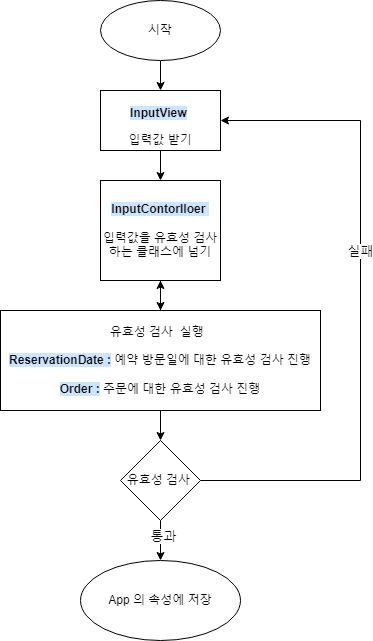
Earlier version of the draw.io export readmeImages/입력값.png (BadaHertz52/javascript-christmas-6-BadaHertz52). Source tidied: cells renumbered, new cells last; positions are measured from the earlier drawing's top-left corner, leaving out a move shared by most shapes. Source of this version:
```xml
<mxGraphModel>
  <root>
    <mxCell id="0" />
    <mxCell id="1" parent="0" />
    <mxCell id="2" style="edgeStyle=orthogonalEdgeStyle;rounded=0;jettySize=auto;html=1;" parent="1" edge="1" source="3" target="5">
      <mxGeometry relative="1" as="geometry" />
    </mxCell>
    <mxCell id="3" value="시작" style="ellipse;whiteSpace=wrap;html=1;" parent="1" vertex="1">
      <mxGeometry x="100" width="120" height="60" as="geometry" />
    </mxCell>
    <mxCell id="4" style="edgeStyle=orthogonalEdgeStyle;rounded=0;jettySize=auto;html=1;" parent="1" edge="1" source="5" target="7">
      <mxGeometry relative="1" as="geometry" />
    </mxCell>
    <mxCell id="5" value="&lt;p&gt;&lt;b style=&quot;background-color: rgb(204, 229, 255);&quot;&gt;InputView&lt;/b&gt;&amp;nbsp;&lt;/p&gt;입력값 받기" style="rounded=0;whiteSpace=wrap;html=1;" parent="1" vertex="1">
      <mxGeometry x="100" y="90" width="120" height="60" as="geometry" />
    </mxCell>
    <mxCell id="6" style="edgeStyle=orthogonalEdgeStyle;rounded=0;jettySize=auto;html=1;" parent="1" edge="1" source="7" target="10">
      <mxGeometry relative="1" as="geometry" />
    </mxCell>
    <mxCell id="7" value="&lt;b style=&quot;background-color: rgb(204, 229, 255);&quot;&gt;InputContorlloer&amp;nbsp;&lt;/b&gt;&lt;br&gt;&lt;br&gt;입력값을 유효성 검사하는 클래스에 넘기" style="rounded=0;whiteSpace=wrap;html=1;" parent="1" vertex="1">
      <mxGeometry x="100" y="180" width="120" height="100" as="geometry" />
    </mxCell>
    <mxCell id="8" style="edgeStyle=orthogonalEdgeStyle;rounded=0;jettySize=auto;html=1;" parent="1" edge="1" source="10" target="15">
      <mxGeometry relative="1" as="geometry" />
    </mxCell>
    <mxCell id="9" style="edgeStyle=orthogonalEdgeStyle;rounded=0;jettySize=auto;html=1;" parent="1" edge="1" source="10" target="7">
      <mxGeometry relative="1" as="geometry" />
    </mxCell>
    <mxCell id="10" value="유효성 검사&lt;span style=&quot;&quot;&gt;&lt;span style=&quot;&quot;&gt;&amp;nbsp; 실행&amp;nbsp;&amp;nbsp;&lt;/span&gt;&lt;/span&gt;&lt;br&gt;&lt;br&gt;&lt;b style=&quot;background-color: rgb(204, 229, 255);&quot;&gt;ReservationDate :&lt;/b&gt; 예약 방문일에 대한 유효성 검사 진행&lt;br&gt;&lt;br&gt;&lt;span style=&quot;background-color: rgb(204, 229, 255);&quot;&gt;&lt;b&gt;Order :&lt;/b&gt;&lt;/span&gt; 주문에 대한 유효성 검사 진행" style="rounded=0;whiteSpace=wrap;html=1;" parent="1" vertex="1">
      <mxGeometry y="310" width="320" height="100" as="geometry" />
    </mxCell>
    <mxCell id="11" style="edgeStyle=orthogonalEdgeStyle;rounded=0;jettySize=auto;html=1;entryX=1;entryY=0.5;entryDx=0;entryDy=0;" parent="1" edge="1" source="15" target="5">
      <mxGeometry relative="1" as="geometry">
        <Array as="points">
          <mxPoint x="360" y="480" />
          <mxPoint x="360" y="120" />
        </Array>
      </mxGeometry>
    </mxCell>
    <mxCell id="12" value="&lt;font style=&quot;font-size: 13px;&quot;&gt;실패&lt;/font&gt;" style="edgeLabel;html=1;align=center;verticalAlign=middle;spacing=10;" parent="11" vertex="1">
      <mxGeometry x="0.04" y="1" relative="1" as="geometry">
        <mxPoint y="-48" as="offset" />
      </mxGeometry>
    </mxCell>
    <mxCell id="13" style="edgeStyle=orthogonalEdgeStyle;rounded=0;jettySize=auto;html=1;" parent="1" edge="1" source="15" target="16">
      <mxGeometry relative="1" as="geometry" />
    </mxCell>
    <mxCell id="14" value="&lt;span style=&quot;font-size: 13px;&quot;&gt;통과&lt;/span&gt;" style="edgeLabel;html=1;align=center;verticalAlign=middle;" parent="13" vertex="1">
      <mxGeometry x="-0.25" y="2" relative="1" as="geometry" />
    </mxCell>
    <mxCell id="15" value="유효성 검사&amp;nbsp;" style="rhombus;whiteSpace=wrap;html=1;rounded=0;" parent="1" vertex="1">
      <mxGeometry x="120" y="440" width="80" height="80" as="geometry" />
    </mxCell>
    <mxCell id="16" value="App 의 속성에 저장" style="ellipse;whiteSpace=wrap;html=1;rounded=0;" parent="1" vertex="1">
      <mxGeometry x="80" y="560" width="160" height="80" as="geometry" />
    </mxCell>
  </root>
</mxGraphModel>
```
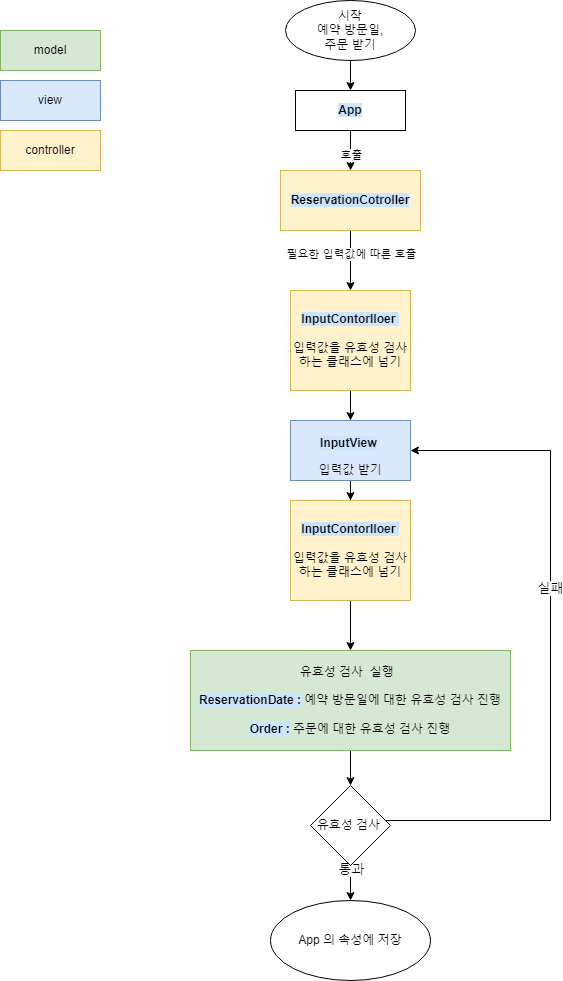
Above is the later version.

Change to the diagram source:
```diff
@@ -2,38 +2,29 @@
   <root>
     <mxCell id="0" />
     <mxCell id="1" parent="0" />
-    <mxCell id="2" style="edgeStyle=orthogonalEdgeStyle;rounded=0;jettySize=auto;html=1;" parent="1" edge="1" source="3" target="5">
-      <mxGeometry relative="1" as="geometry" />
-    </mxCell>
-    <mxCell id="3" value="시작" style="ellipse;whiteSpace=wrap;html=1;" parent="1" vertex="1">
-      <mxGeometry x="100" width="120" height="60" as="geometry" />
-    </mxCell>
     <mxCell id="4" style="edgeStyle=orthogonalEdgeStyle;rounded=0;jettySize=auto;html=1;" parent="1" edge="1" source="5" target="7">
       <mxGeometry relative="1" as="geometry" />
     </mxCell>
-    <mxCell id="5" value="&lt;p&gt;&lt;b style=&quot;background-color: rgb(204, 229, 255);&quot;&gt;InputView&lt;/b&gt;&amp;nbsp;&lt;/p&gt;입력값 받기" style="rounded=0;whiteSpace=wrap;html=1;" parent="1" vertex="1">
-      <mxGeometry x="100" y="90" width="120" height="60" as="geometry" />
+    <mxCell id="5" value="&lt;p&gt;&lt;b style=&quot;background-color: rgb(204, 229, 255);&quot;&gt;InputView&lt;/b&gt;&amp;nbsp;&lt;/p&gt;입력값 받기" style="rounded=0;whiteSpace=wrap;html=1;fillColor=#dae8fc;strokeColor=#6c8ebf;" parent="1" vertex="1">
+      <mxGeometry x="110" y="380" width="120" height="60" as="geometry" />
     </mxCell>
     <mxCell id="6" style="edgeStyle=orthogonalEdgeStyle;rounded=0;jettySize=auto;html=1;" parent="1" edge="1" source="7" target="10">
       <mxGeometry relative="1" as="geometry" />
     </mxCell>
-    <mxCell id="7" value="&lt;b style=&quot;background-color: rgb(204, 229, 255);&quot;&gt;InputContorlloer&amp;nbsp;&lt;/b&gt;&lt;br&gt;&lt;br&gt;입력값을 유효성 검사하는 클래스에 넘기" style="rounded=0;whiteSpace=wrap;html=1;" parent="1" vertex="1">
-      <mxGeometry x="100" y="180" width="120" height="100" as="geometry" />
+    <mxCell id="7" value="&lt;b style=&quot;background-color: rgb(204, 229, 255);&quot;&gt;InputContorlloer&amp;nbsp;&lt;/b&gt;&lt;br&gt;&lt;br&gt;입력값을 유효성 검사하는 클래스에 넘기" style="rounded=0;whiteSpace=wrap;html=1;fillColor=#fff2cc;strokeColor=#d6b656;" parent="1" vertex="1">
+      <mxGeometry x="110" y="460" width="120" height="100" as="geometry" />
     </mxCell>
     <mxCell id="8" style="edgeStyle=orthogonalEdgeStyle;rounded=0;jettySize=auto;html=1;" parent="1" edge="1" source="10" target="15">
       <mxGeometry relative="1" as="geometry" />
     </mxCell>
-    <mxCell id="9" style="edgeStyle=orthogonalEdgeStyle;rounded=0;jettySize=auto;html=1;" parent="1" edge="1" source="10" target="7">
-      <mxGeometry relative="1" as="geometry" />
-    </mxCell>
-    <mxCell id="10" value="유효성 검사&lt;span style=&quot;&quot;&gt;&lt;span style=&quot;&quot;&gt;&amp;nbsp; 실행&amp;nbsp;&amp;nbsp;&lt;/span&gt;&lt;/span&gt;&lt;br&gt;&lt;br&gt;&lt;b style=&quot;background-color: rgb(204, 229, 255);&quot;&gt;ReservationDate :&lt;/b&gt; 예약 방문일에 대한 유효성 검사 진행&lt;br&gt;&lt;br&gt;&lt;span style=&quot;background-color: rgb(204, 229, 255);&quot;&gt;&lt;b&gt;Order :&lt;/b&gt;&lt;/span&gt; 주문에 대한 유효성 검사 진행" style="rounded=0;whiteSpace=wrap;html=1;" parent="1" vertex="1">
-      <mxGeometry y="310" width="320" height="100" as="geometry" />
+    <mxCell id="10" value="유효성 검사&lt;span style=&quot;&quot;&gt;&lt;span style=&quot;&quot;&gt;&amp;nbsp; 실행&amp;nbsp;&amp;nbsp;&lt;/span&gt;&lt;/span&gt;&lt;br&gt;&lt;br&gt;&lt;b style=&quot;background-color: rgb(204, 229, 255);&quot;&gt;ReservationDate :&lt;/b&gt; 예약 방문일에 대한 유효성 검사 진행&lt;br&gt;&lt;br&gt;&lt;span style=&quot;background-color: rgb(204, 229, 255);&quot;&gt;&lt;b&gt;Order :&lt;/b&gt;&lt;/span&gt; 주문에 대한 유효성 검사 진행" style="rounded=0;whiteSpace=wrap;html=1;fillColor=#d5e8d4;strokeColor=#82b366;" parent="1" vertex="1">
+      <mxGeometry x="10" y="610" width="320" height="100" as="geometry" />
     </mxCell>
     <mxCell id="11" style="edgeStyle=orthogonalEdgeStyle;rounded=0;jettySize=auto;html=1;entryX=1;entryY=0.5;entryDx=0;entryDy=0;" parent="1" edge="1" source="15" target="5">
       <mxGeometry relative="1" as="geometry">
         <Array as="points">
-          <mxPoint x="360" y="480" />
-          <mxPoint x="360" y="120" />
+          <mxPoint x="370" y="780" />
+          <mxPoint x="370" y="410" />
         </Array>
       </mxGeometry>
     </mxCell>
@@ -46,13 +37,54 @@
       <mxGeometry relative="1" as="geometry" />
     </mxCell>
     <mxCell id="14" value="&lt;span style=&quot;font-size: 13px;&quot;&gt;통과&lt;/span&gt;" style="edgeLabel;html=1;align=center;verticalAlign=middle;" parent="13" vertex="1">
-      <mxGeometry x="-0.25" y="2" relative="1" as="geometry" />
+      <mxGeometry x="-0.25" y="2" relative="1" as="geometry">
+        <mxPoint x="-2" y="-14" as="offset" />
+      </mxGeometry>
     </mxCell>
     <mxCell id="15" value="유효성 검사&amp;nbsp;" style="rhombus;whiteSpace=wrap;html=1;rounded=0;" parent="1" vertex="1">
-      <mxGeometry x="120" y="440" width="80" height="80" as="geometry" />
+      <mxGeometry x="130" y="745" width="80" height="80" as="geometry" />
     </mxCell>
     <mxCell id="16" value="App 의 속성에 저장" style="ellipse;whiteSpace=wrap;html=1;rounded=0;" parent="1" vertex="1">
-      <mxGeometry x="80" y="560" width="160" height="80" as="geometry" />
+      <mxGeometry x="90" y="860" width="160" height="80" as="geometry" />
     </mxCell>
+    <mxCell id="17" style="edgeStyle=orthogonalEdgeStyle;rounded=0;jettySize=auto;html=1;" parent="1" edge="1" source="18" target="5">
+      <mxGeometry relative="1" as="geometry" />
+    </mxCell>
+    <mxCell id="18" value="&lt;b style=&quot;background-color: rgb(204, 229, 255);&quot;&gt;InputContorlloer&amp;nbsp;&lt;/b&gt;&lt;br&gt;&lt;br&gt;입력값을 유효성 검사하는 클래스에 넘기" style="rounded=0;whiteSpace=wrap;html=1;fillColor=#fff2cc;strokeColor=#d6b656;" parent="1" vertex="1">
+      <mxGeometry x="110" y="250" width="120" height="100" as="geometry" />
+    </mxCell>
+    <mxCell id="19" style="edgeStyle=orthogonalEdgeStyle;rounded=0;jettySize=auto;html=1;" parent="1" edge="1" source="20" target="23">
+      <mxGeometry relative="1" as="geometry" />
+    </mxCell>
+    <mxCell id="20" value="시작&lt;br&gt;예약 방문일,&lt;br&gt;주문 받기" style="ellipse;whiteSpace=wrap;html=1;rounded=0;" parent="1" vertex="1">
+      <mxGeometry x="105" y="-40" width="130" height="60" as="geometry" />
+    </mxCell>
+    <mxCell id="21" style="edgeStyle=orthogonalEdgeStyle;rounded=0;jettySize=auto;html=1;" parent="1" edge="1" source="23" target="26">
+      <mxGeometry relative="1" as="geometry" />
+    </mxCell>
+    <mxCell id="22" value="호출" style="edgeLabel;html=1;align=center;verticalAlign=middle;" parent="21" vertex="1">
+      <mxGeometry x="0.2" relative="1" as="geometry" />
+    </mxCell>
+    <mxCell id="23" value="&lt;span style=&quot;background-color: rgb(204, 229, 255);&quot;&gt;&lt;b&gt;App&lt;/b&gt;&lt;/span&gt;" style="rounded=0;whiteSpace=wrap;html=1;" parent="1" vertex="1">
+      <mxGeometry x="115" y="50" width="110" height="40" as="geometry" />
+    </mxCell>
+    <mxCell id="24" style="edgeStyle=orthogonalEdgeStyle;rounded=0;jettySize=auto;html=1;entryX=0.5;entryY=0;entryDx=0;entryDy=0;" parent="1" edge="1" source="26" target="18">
+      <mxGeometry relative="1" as="geometry" />
+    </mxCell>
+    <mxCell id="25" value="필요한 입력값에 따른 호출" style="edgeLabel;html=1;align=center;verticalAlign=middle;" parent="24" vertex="1">
+      <mxGeometry x="-0.23" relative="1" as="geometry" />
+    </mxCell>
+    <mxCell id="26" value="&lt;span style=&quot;background-color: rgb(204, 229, 255);&quot;&gt;&lt;b&gt;ReservationCotroller&lt;/b&gt;&lt;/span&gt;" style="rounded=0;whiteSpace=wrap;html=1;fillColor=#fff2cc;strokeColor=#d6b656;" parent="1" vertex="1">
+      <mxGeometry x="100" y="130" width="140" height="60" as="geometry" />
+    </mxCell>
+    <mxCell id="27" value="controller" style="whiteSpace=wrap;html=1;fillColor=#fff2cc;strokeColor=#d6b656;" parent="1" vertex="1">
+      <mxGeometry x="-180" y="90" width="100" height="40" as="geometry" />
+    </mxCell>
+    <mxCell id="28" value="view" style="whiteSpace=wrap;html=1;fillColor=#dae8fc;strokeColor=#6c8ebf;" parent="1" vertex="1">
+      <mxGeometry x="-180" y="40" width="100" height="40" as="geometry" />
+    </mxCell>
+    <mxCell id="29" value="model" style="whiteSpace=wrap;html=1;fillColor=#d5e8d4;strokeColor=#82b366;" parent="1" vertex="1">
+      <mxGeometry x="-180" y="-10" width="100" height="40" as="geometry" />
+    </mxCell>
   </root>
 </mxGraphModel>
```
